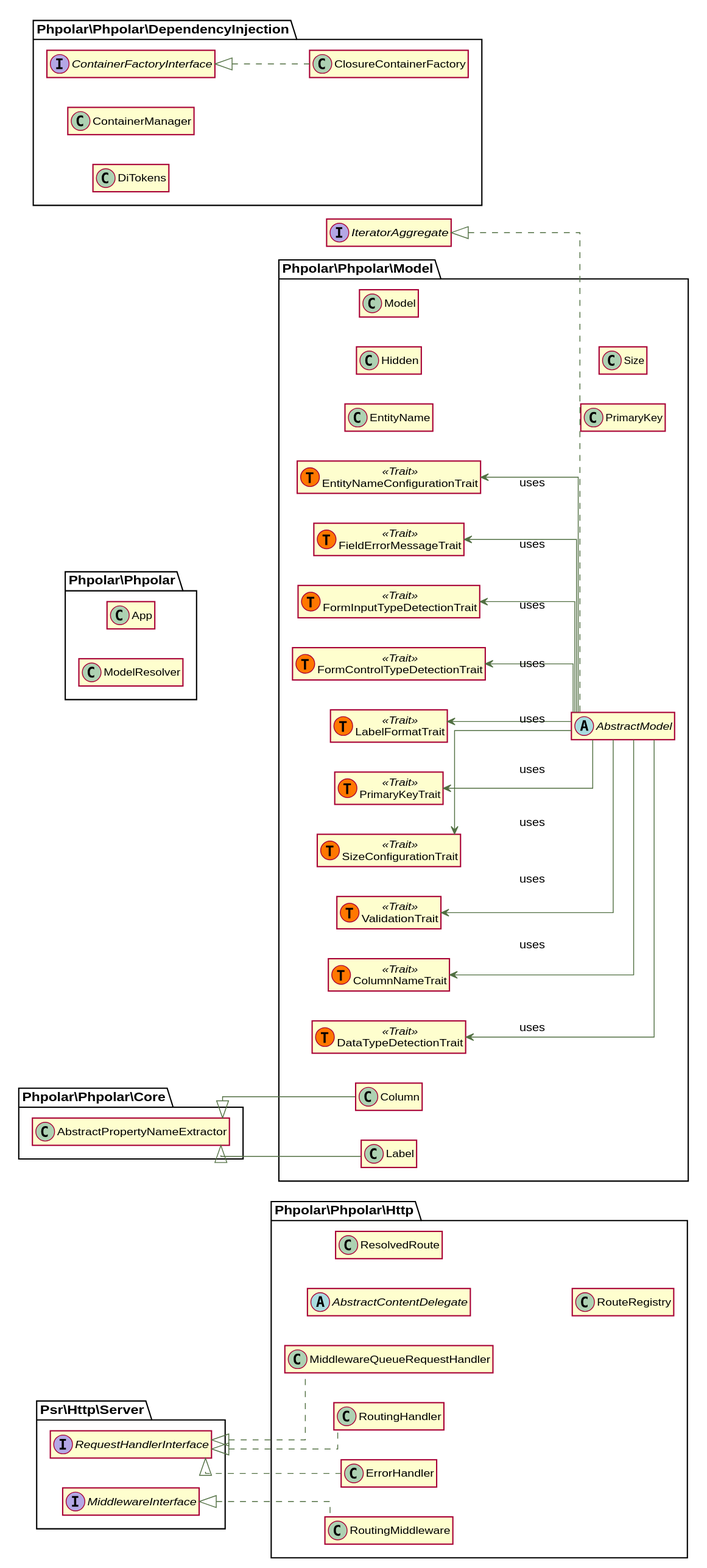
The PlantUML diagram docs/graphs/classes.svg in phpolar/phpolar, before a commit.
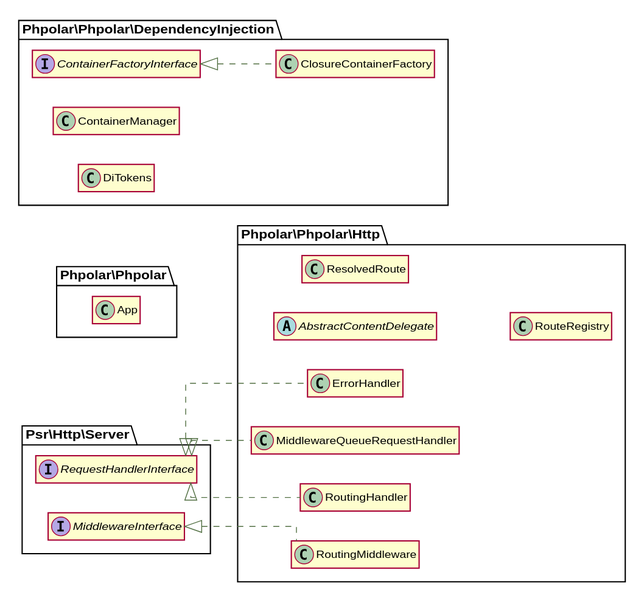
The same diagram one commit later.

The edit, as a diff of the source:
```diff
@@ -14,9 +14,6 @@
 
 
 class \\Phpolar\\Phpolar\\App {
-}
-
-class \\Phpolar\\Phpolar\\ModelResolver {
 }
 
 class \\Phpolar\\Phpolar\\DependencyInjection\\ClosureContainerFactory implements \\Phpolar\\Phpolar\\DependencyInjection\\ContainerFactoryInterface {
@@ -51,69 +48,5 @@
 
 class \\Phpolar\\Phpolar\\Http\\RoutingMiddleware implements \\Psr\\Http\\Server\\MiddlewareInterface {
 }
-\\Phpolar\\Phpolar\\Model\\ColumnNameTrait <-- \\Phpolar\\Phpolar\\Model\\AbstractModel : uses
-\\Phpolar\\Phpolar\\Model\\DataTypeDetectionTrait <-- \\Phpolar\\Phpolar\\Model\\AbstractModel : uses
-\\Phpolar\\Phpolar\\Model\\EntityNameConfigurationTrait <-- \\Phpolar\\Phpolar\\Model\\AbstractModel : uses
-\\Phpolar\\Phpolar\\Model\\FieldErrorMessageTrait <-- \\Phpolar\\Phpolar\\Model\\AbstractModel : uses
-\\Phpolar\\Phpolar\\Model\\FormInputTypeDetectionTrait <-- \\Phpolar\\Phpolar\\Model\\AbstractModel : uses
-\\Phpolar\\Phpolar\\Model\\FormControlTypeDetectionTrait <-- \\Phpolar\\Phpolar\\Model\\AbstractModel : uses
-\\Phpolar\\Phpolar\\Model\\LabelFormatTrait <-- \\Phpolar\\Phpolar\\Model\\AbstractModel : uses
-\\Phpolar\\Phpolar\\Model\\PrimaryKeyTrait <-- \\Phpolar\\Phpolar\\Model\\AbstractModel : uses
-\\Phpolar\\Phpolar\\Model\\SizeConfigurationTrait <-- \\Phpolar\\Phpolar\\Model\\AbstractModel : uses
-\\Phpolar\\Phpolar\\Model\\ValidationTrait <-- \\Phpolar\\Phpolar\\Model\\AbstractModel : uses
-
-abstract class \\Phpolar\\Phpolar\\Model\\AbstractModel implements \\IteratorAggregate {
-}
-
-class \\Phpolar\\Phpolar\\Model\\Column extends \\Phpolar\\Phpolar\\Core\\AbstractPropertyNameExtractor {
-}
-
-class \\Phpolar\\Phpolar\\Model\\EntityName {
-}
-
-class \\Phpolar\\Phpolar\\Model\\Hidden {
-}
-
-class \\Phpolar\\Phpolar\\Model\\Label extends \\Phpolar\\Phpolar\\Core\\AbstractPropertyNameExtractor {
-}
-
-class \\Phpolar\\Phpolar\\Model\\Model {
-}
-
-class \\Phpolar\\Phpolar\\Model\\PrimaryKey {
-}
-
-class \\Phpolar\\Phpolar\\Model\\Size {
-}
-
-class \\Phpolar\\Phpolar\\Model\\ColumnNameTrait << (T,#FF7700) Trait >> {
-}
-
-class \\Phpolar\\Phpolar\\Model\\DataTypeDetectionTrait << (T,#FF7700) Trait >> {
-}
-
-class \\Phpolar\\Phpolar\\Model\\EntityNameConfigurationTrait << (T,#FF7700) Trait >> {
-}
-
-class \\Phpolar\\Phpolar\\Model\\FieldErrorMessageTrait << (T,#FF7700) Trait >> {
-}
-
-class \\Phpolar\\Phpolar\\Model\\FormControlTypeDetectionTrait << (T,#FF7700) Trait >> {
-}
-
-class \\Phpolar\\Phpolar\\Model\\FormInputTypeDetectionTrait << (T,#FF7700) Trait >> {
-}
-
-class \\Phpolar\\Phpolar\\Model\\LabelFormatTrait << (T,#FF7700) Trait >> {
-}
-
-class \\Phpolar\\Phpolar\\Model\\PrimaryKeyTrait << (T,#FF7700) Trait >> {
-}
-
-class \\Phpolar\\Phpolar\\Model\\SizeConfigurationTrait << (T,#FF7700) Trait >> {
-}
-
-class \\Phpolar\\Phpolar\\Model\\ValidationTrait << (T,#FF7700) Trait >> {
-}
 
 @enduml
```
